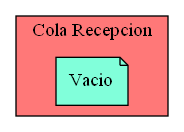
Above: Cola_Reception.png in Serch-ING/EDD_UDRAWING_202000119 (Graphviz), before the change. Its source is kept beside it as Cola_Reception.dot. Its diagram source:
```dot
digraph L {
node[shape=note fillcolor="#A181FF" style =filled]
subgraph cluster_p{
    label= " Cola Recepcion "
    bgcolor = "#FF7878"
Nodo1008925772[label="Vacio",fillcolor="#81FFDA"]

}}
```
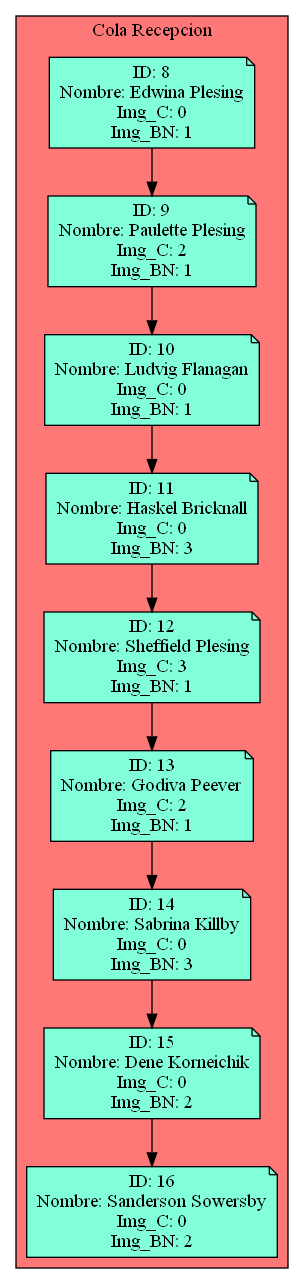
The same diagram one commit later.

The edit, as a diff of the source:
```diff
@@ -3,6 +3,48 @@
 subgraph cluster_p{
     label= " Cola Recepcion "
     bgcolor = "#FF7878"
-Nodo1008925772[label="Vacio",fillcolor="#81FFDA"]
-
+Nodo1782580546[label="ID: 8
+Nombre: Edwina Plesing
+Img_C: 0
+Img_BN: 1",fillcolor="#81FFDA"]
+Nodo1702940637[label="ID: 9
+Nombre: Paulette Plesing
+Img_C: 2
+Img_BN: 1",fillcolor="#81FFDA"]
+Nodo2114684409[label="ID: 10
+Nombre: Ludvig Flanagan
+Img_C: 0
+Img_BN: 1",fillcolor="#81FFDA"]
+Nodo568221876[label="ID: 11
+Nombre: Haskel Bricknall
+Img_C: 0
+Img_BN: 3",fillcolor="#81FFDA"]
+Nodo203849460[label="ID: 12
+Nombre: Sheffield Plesing
+Img_C: 3
+Img_BN: 1",fillcolor="#81FFDA"]
+Nodo288994035[label="ID: 13
+Nombre: Godiva Peever
+Img_C: 2
+Img_BN: 1",fillcolor="#81FFDA"]
+Nodo1336735375[label="ID: 14
+Nombre: Sabrina Killby
+Img_C: 0
+Img_BN: 3",fillcolor="#81FFDA"]
+Nodo1984990929[label="ID: 15
+Nombre: Dene Korneichik
+Img_C: 0
+Img_BN: 2",fillcolor="#81FFDA"]
+Nodo1105423942[label="ID: 16
+Nombre: Sanderson Sowersby
+Img_C: 0
+Img_BN: 2",fillcolor="#81FFDA"]
+Nodo1782580546 -> Nodo1702940637
+Nodo1702940637 -> Nodo2114684409
+Nodo2114684409 -> Nodo568221876
+Nodo568221876 -> Nodo203849460
+Nodo203849460 -> Nodo288994035
+Nodo288994035 -> Nodo1336735375
+Nodo1336735375 -> Nodo1984990929
+Nodo1984990929 -> Nodo1105423942
 }}
```
